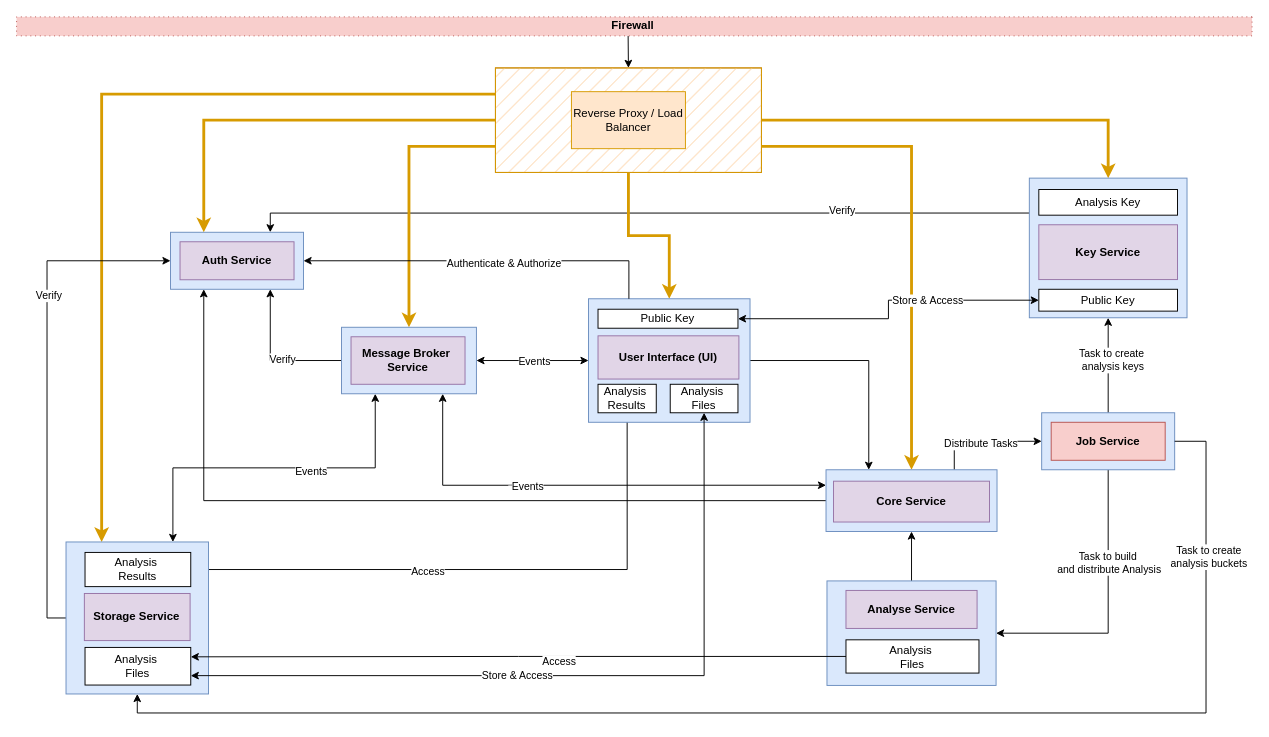
Earlier version of the draw.io diagram architecture/services.drawio (PrivateAIM/diagrams). Source tidied: cells renumbered, new cells numbered last; positions are measured from the earlier drawing's top-left corner, leaving out a move shared by most shapes. Both pictures are drawn from the tidied source at 95%, with x=0, y=0 at pixel (66, -592).
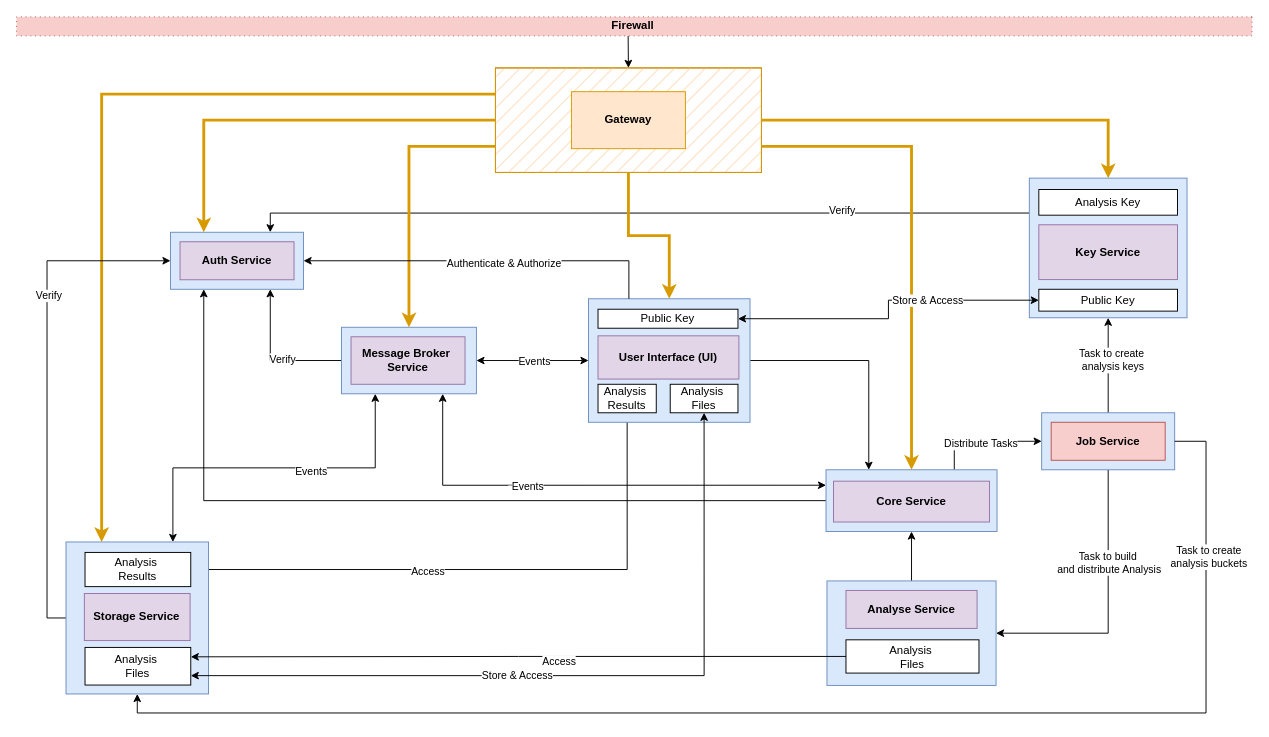
After the change.

Commit message:
feat: better naming for network entrypoint

Unchanged cells that the change refers to:
```xml
<mxCell id="22" style="group;fillColor=#fad7ac;strokeColor=#b46504;fillStyle=hatch;" parent="1" vertex="1">
  <mxGeometry x="452" y="694" width="280" height="110" as="geometry" />
</mxCell>
```

The edit, as a diff of the source:
```diff
@@
-    <mxCell id="24" value="Reverse Proxy / Load Balancer" style="rounded=0;whiteSpace=wrap;html=1;fillColor=#ffe6cc;strokeColor=#d79b00;" parent="22" vertex="1">
+    <mxCell id="24" value="&lt;b&gt;Gateway&lt;/b&gt;" style="rounded=0;whiteSpace=wrap;html=1;fillColor=#ffe6cc;strokeColor=#d79b00;" parent="22" vertex="1">
       <mxGeometry x="80" y="25" width="120" height="60" as="geometry" />
     </mxCell>
```
